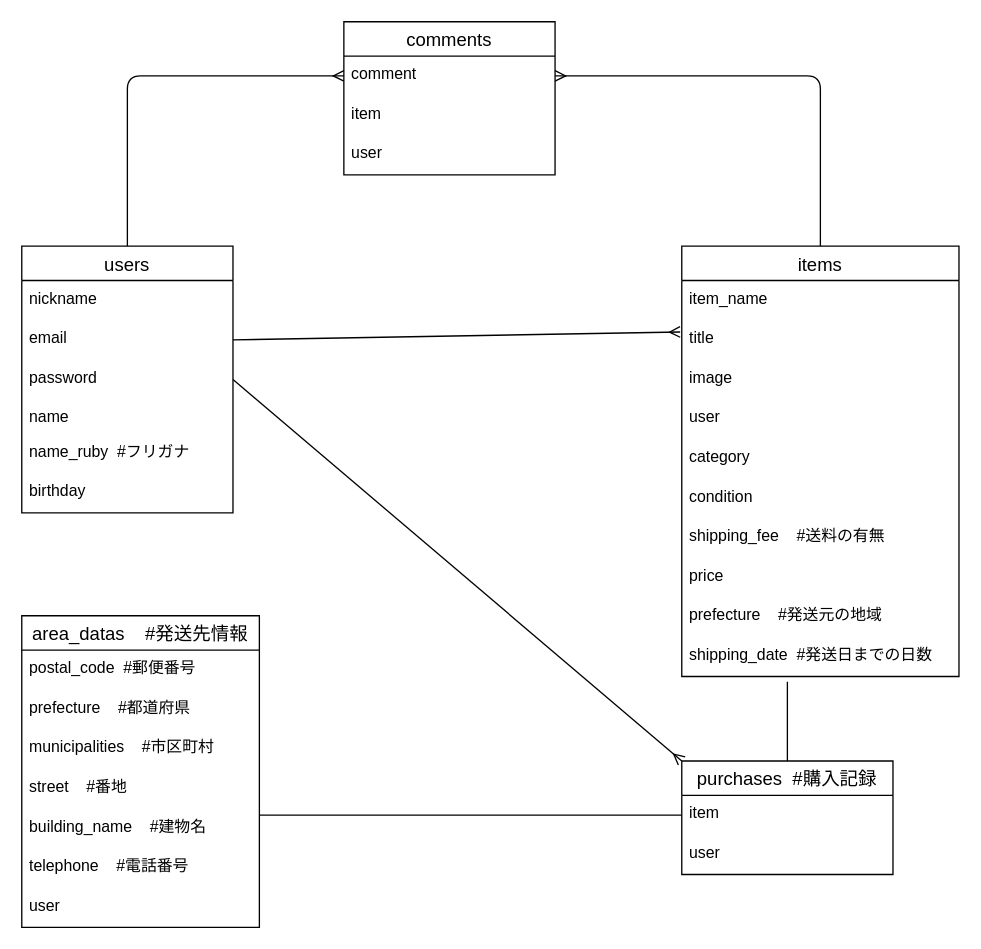
Above: furima.dio in KE1ok/furima-40602 (draw.io), before the change. Source tidied: cells renumbered, new cells numbered last; positions are measured from the earlier drawing's top-left corner, leaving out a move shared by most shapes. Both pictures are drawn from the tidied source at 132%, with x=0, y=0 at pixel (21, 21).
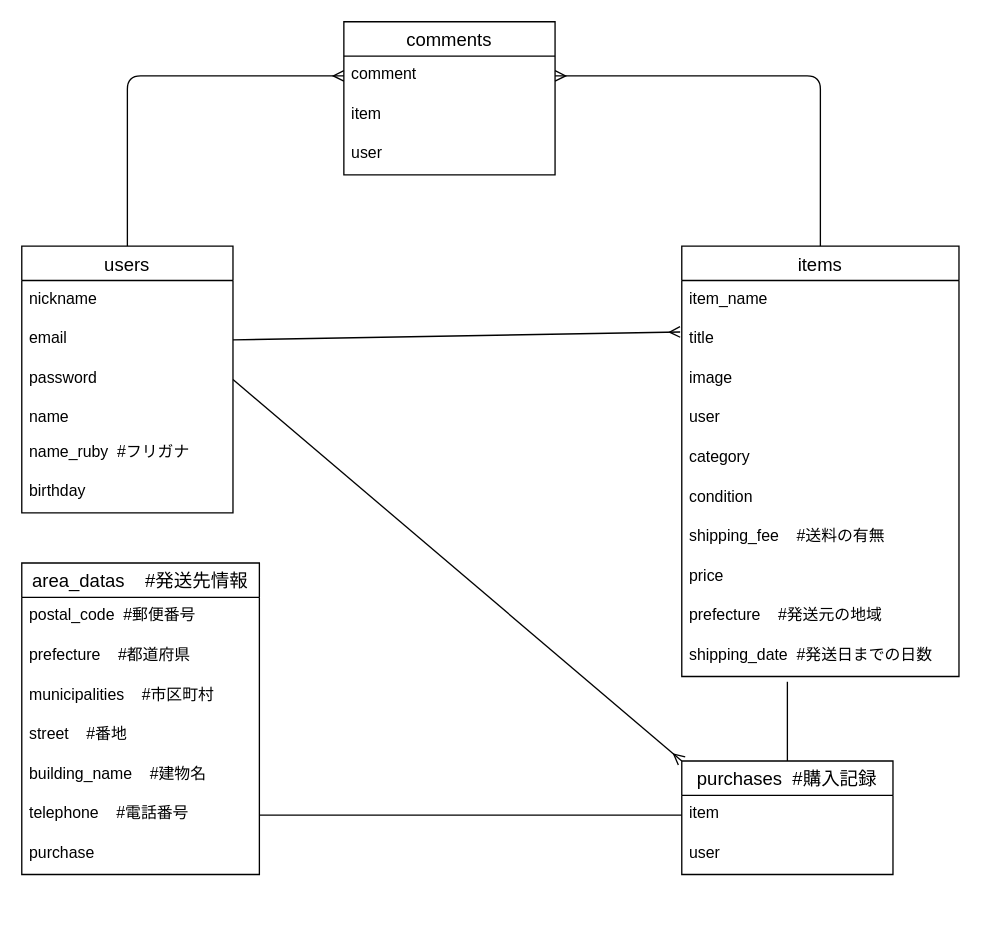
Above is the later version.

Change to the diagram source:
```diff
@@
     <mxCell id="30" value="area_datas    #発送先情報" style="swimlane;fontStyle=0;horizontal=1;startSize=26;align=center;fontSize=14;" parent="1" vertex="1">
-      <mxGeometry y="450" width="180" height="236" as="geometry" />
+      <mxGeometry y="410" width="180" height="236" as="geometry" />
     </mxCell>
@@
-    <mxCell id="37" value="user" style="text;strokeColor=none;fillColor=none;spacingLeft=4;spacingRight=4;overflow=hidden;fontSize=12;" parent="30" vertex="1">
+    <mxCell id="37" value="purchase" style="text;strokeColor=none;fillColor=none;spacingLeft=4;spacingRight=4;overflow=hidden;fontSize=12;" parent="30" vertex="1">
       <mxGeometry y="206" width="180" height="30" as="geometry" />
     </mxCell>
```
